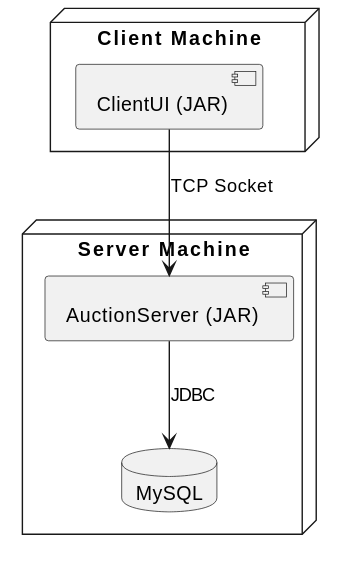
Before: docs/images/deployment.svg, a diagram exported from PlantUML (duydo11/auction-system-cua-hai-giang-duy-va-beo). Source of this version:
```plantuml
@startuml
node "Client Machine" {
  component "ClientUI (JAR)" as clientApp
}
node "Server Machine" {
  component "AuctionServer (JAR)" as serverApp
  database "MySQL" as db
}
clientApp --> serverApp : TCP Socket
serverApp --> db : JDBC
@enduml
```
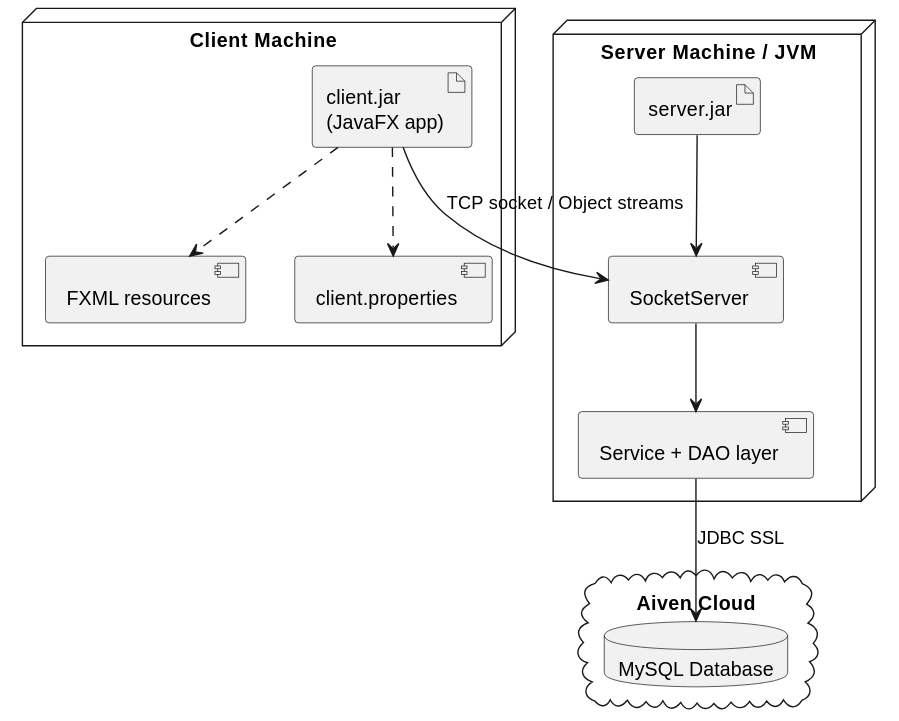
The same diagram one commit later.

The edit, as a diff of the source:
```diff
@@ -1,11 +1,24 @@
 @startuml
-node "Client Machine" {
-  component "ClientUI (JAR)" as clientApp
+node "Client Machine" as ClientNode {
+  artifact "client.jar\n(JavaFX app)" as ClientJar
+  component "FXML resources" as FXML
+  component "client.properties" as ClientProps
 }
-node "Server Machine" {
-  component "AuctionServer (JAR)" as serverApp
-  database "MySQL" as db
+
+node "Server Machine / JVM" as ServerNode {
+  artifact "server.jar" as ServerJar
+  component "SocketServer" as SocketServer
+  component "Service + DAO layer" as ServerLogic
 }
-clientApp --> serverApp : TCP Socket
-serverApp --> db : JDBC
+
+cloud "Aiven Cloud" as Aiven {
+  database "MySQL Database" as DB
+}
+
+ClientJar --> SocketServer : TCP socket / Object streams
+ServerJar --> SocketServer
+SocketServer --> ServerLogic
+ServerLogic --> DB : JDBC SSL
+ClientJar ..> FXML
+ClientJar ..> ClientProps
 @enduml
```
